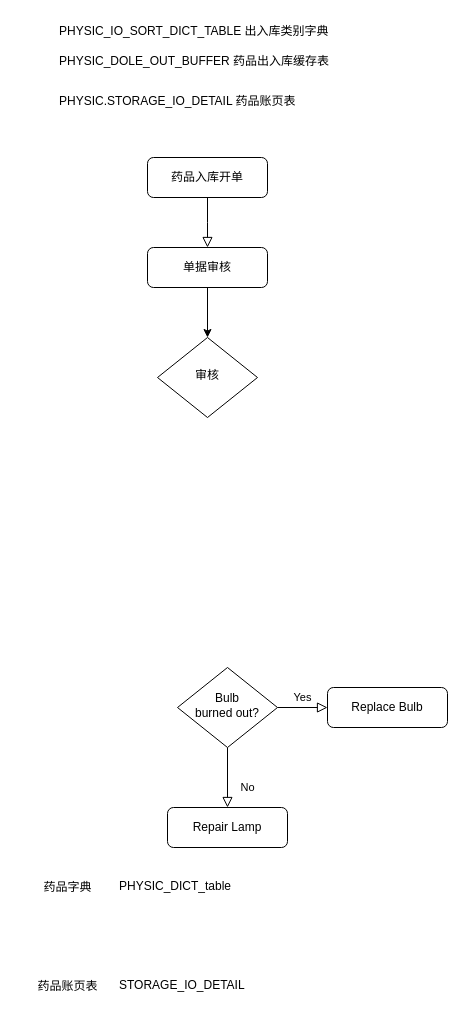
Above: Untitled Diagram.drawio in hooo/test (draw.io), before the change. Source tidied: cells renumbered, new cells numbered last; positions are measured from the earlier drawing's top-left corner, leaving out a move shared by most shapes. Both pictures are drawn from the tidied source at 100%, with x=0, y=0 at pixel (17, 17).
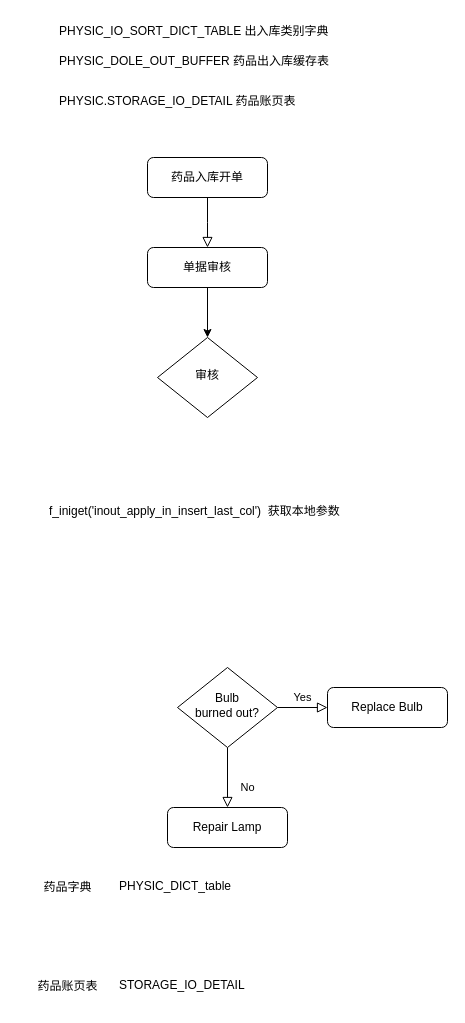
The same diagram, later.

What changed in the source:
```diff
@@
+    <mxCell id="19" value="f_iniget('inout_apply_in_insert_last_col')&amp;nbsp; 获取本地参数" style="text;whiteSpace=wrap;html=1;" parent="1" vertex="1">
+      <mxGeometry x="30" y="480" width="330" height="30" as="geometry" />
+    </mxCell>
```
